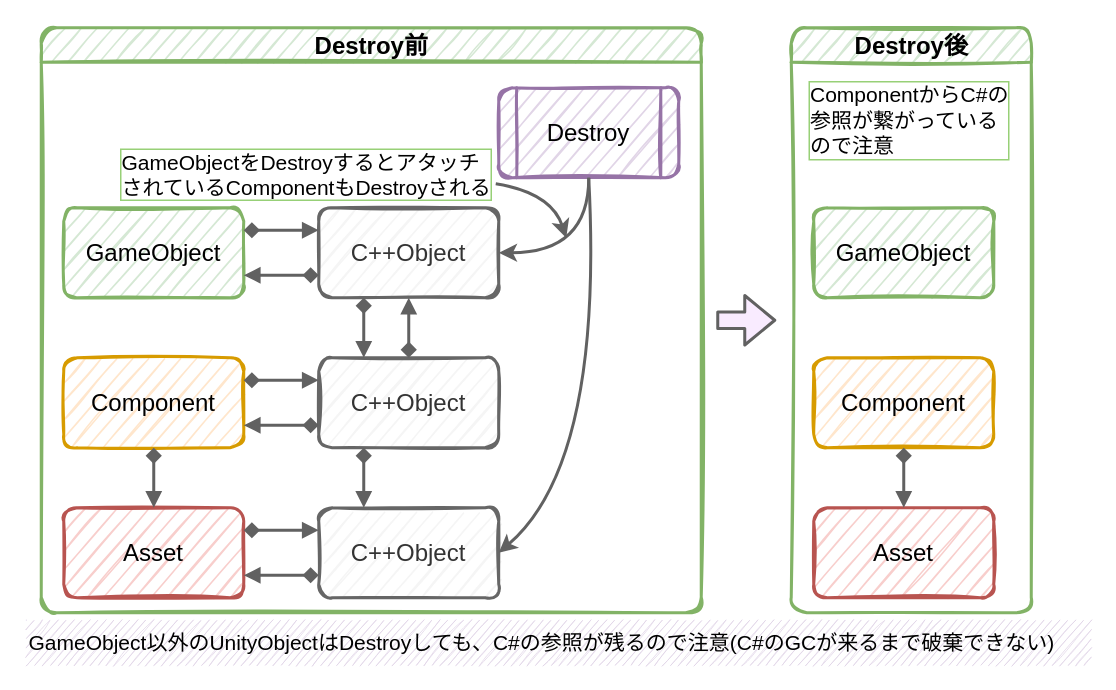
The draw.io diagram page "ページ4" (4 of 10) of Unity_memo/画像/構成図.drawio in asreia/Hub, before the edit. Source tidied: cells renumbered, new cells numbered last; positions are measured from the earlier drawing's top-left corner, leaving out a move shared by most shapes. Both pictures are drawn from the tidied source at 150%, with x=0, y=0 at pixel (26, 27).
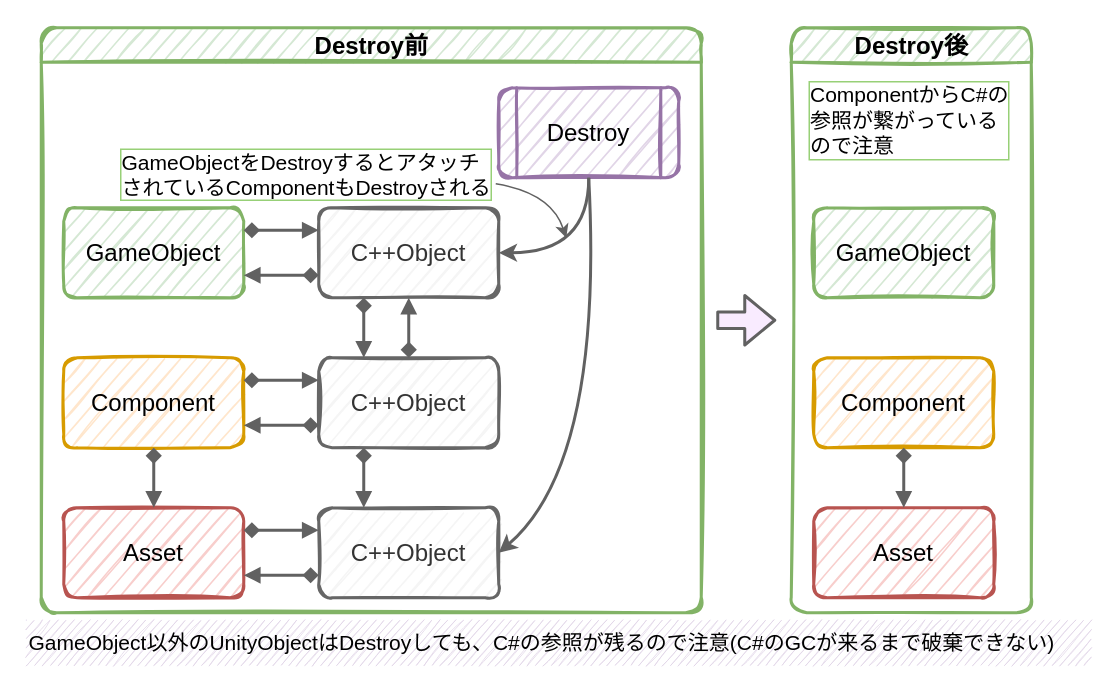
The same diagram, later.

The edit, as a diff of the source:
```diff
@@
-    <mxCell id="31" style="endArrow=classic;html=1;rounded=1;shadow=0;sketch=0;fontFamily=UD デジタル 教科書体 NK-B;fontSize=16;fontColor=default;strokeColor=#616161;strokeWidth=2;labelBorderColor=default;startSize=6;sourcePerimeterSpacing=0;targetPerimeterSpacing=0;fillColor=#F9EBFF;curved=1;" parent="1" edge="1">
+    <mxCell id="31" style="endArrow=classic;html=1;rounded=1;shadow=0;sketch=0;fontFamily=UD デジタル 教科書体 NK-B;fontSize=16;fontColor=default;strokeColor=#616161;strokeWidth=1;labelBorderColor=default;startSize=6;sourcePerimeterSpacing=0;targetPerimeterSpacing=0;fillColor=#F9EBFF;curved=1;" parent="1" edge="1">
       <mxGeometry relative="1" as="geometry">
         <mxPoint x="313" y="104" as="sourcePoint" />
         <mxPoint x="360" y="140" as="targetPoint" />
         <Array as="points">
           <mxPoint x="350" y="110" />
         </Array>
       </mxGeometry>
     </mxCell>
```
